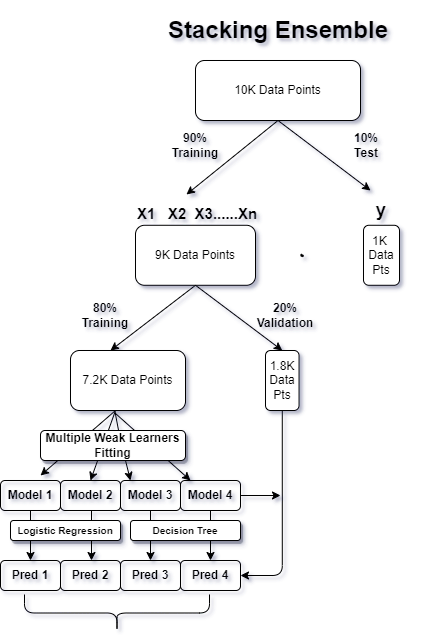
The draw.io diagram Working of Manual Stacking Ensemble.drawio.png in PBPatil/Stacking_ensemble, before a commit. Source tidied: cells renumbered, new cells last; positions are measured from the earlier drawing's top-left corner, leaving out a move shared by most shapes.
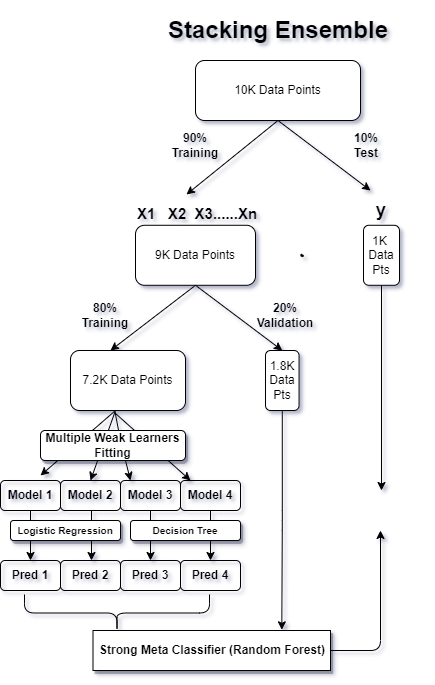
Later version of the same file.

Diff of the diagram source:
```diff
@@ -30,6 +30,11 @@
     <mxCell id="6" value="9K Data Points" style="rounded=1;whiteSpace=wrap;html=1;" parent="1" vertex="1">
       <mxGeometry x="135" y="204.8" width="120" height="60" as="geometry" />
     </mxCell>
+    <mxCell id="41" style="edgeStyle=orthogonalEdgeStyle;rounded=1;jettySize=auto;html=1;exitX=0.5;exitY=1;exitDx=0;exitDy=0;" parent="1" edge="1" source="7">
+      <mxGeometry relative="1" as="geometry">
+        <mxPoint x="381" y="470" as="targetPoint" />
+      </mxGeometry>
+    </mxCell>
     <mxCell id="7" value="1K&amp;nbsp;&lt;br&gt;Data&lt;br&gt;Pts" style="rounded=1;whiteSpace=wrap;html=1;" parent="1" vertex="1">
       <mxGeometry x="363" y="204.8" width="36" height="60" as="geometry" />
     </mxCell>
@@ -65,7 +70,7 @@
     <mxCell id="17" value="7.2K Data Points" style="rounded=1;whiteSpace=wrap;html=1;" parent="1" vertex="1">
       <mxGeometry x="70" y="330" width="115" height="60" as="geometry" />
     </mxCell>
-    <mxCell id="18" style="edgeStyle=orthogonalEdgeStyle;rounded=1;jettySize=auto;html=1;exitX=0.5;exitY=1;exitDx=0;exitDy=0;entryX=1;entryY=0.5;entryDx=0;entryDy=0;" parent="1" edge="1" source="19" target="34">
+    <mxCell id="18" style="edgeStyle=orthogonalEdgeStyle;rounded=1;jettySize=auto;html=1;exitX=0.5;exitY=1;exitDx=0;exitDy=0;entryX=0.795;entryY=-0.017;entryDx=0;entryDy=0;entryPerimeter=0;" parent="1" edge="1" source="19" target="43">
       <mxGeometry relative="1" as="geometry" />
     </mxCell>
     <mxCell id="19" value="1.8K&lt;br&gt;Data&lt;br&gt;Pts" style="rounded=1;whiteSpace=wrap;html=1;" parent="1" vertex="1">
@@ -100,11 +105,6 @@
     <mxCell id="28" style="edgeStyle=orthogonalEdgeStyle;rounded=1;jettySize=auto;html=1;exitX=0.5;exitY=1;exitDx=0;exitDy=0;entryX=0.5;entryY=0;entryDx=0;entryDy=0;" parent="1" edge="1" source="30" target="34">
       <mxGeometry relative="1" as="geometry" />
     </mxCell>
-    <mxCell id="29" style="edgeStyle=orthogonalEdgeStyle;rounded=1;jettySize=auto;html=1;exitX=1;exitY=0.5;exitDx=0;exitDy=0;" parent="1" edge="1" source="30">
-      <mxGeometry relative="1" as="geometry">
-        <mxPoint x="280" y="475" as="targetPoint" />
-      </mxGeometry>
-    </mxCell>
     <mxCell id="30" value="&lt;b&gt;&lt;font style=&quot;font-size: 12px;&quot;&gt;Model 4&lt;br&gt;&lt;/font&gt;&lt;/b&gt;" style="text;strokeColor=default;align=center;fillColor=none;html=1;verticalAlign=middle;whiteSpace=wrap;rounded=1;" parent="1" vertex="1">
       <mxGeometry x="180" y="460" width="60" height="30" as="geometry" />
     </mxCell>
@@ -141,5 +141,13 @@
     <mxCell id="40" style="shape=curlyBracket;whiteSpace=wrap;html=1;rounded=1;labelPosition=left;verticalLabelPosition=middle;align=right;verticalAlign=middle;hachureGap=4;fontFamily=Architects Daughter;fontSource=https%3A%2F%2Ffonts.googleapis.com%2Fcss%3Ffamily%3DArchitects%2BDaughter;fontSize=20;size=0.5;rotation=-90;" parent="1" vertex="1">
       <mxGeometry x="98" y="500" width="37" height="185" as="geometry" />
     </mxCell>
+    <mxCell id="42" style="edgeStyle=orthogonalEdgeStyle;rounded=1;jettySize=auto;html=1;exitX=1;exitY=0.5;exitDx=0;exitDy=0;" parent="1" edge="1" source="43">
+      <mxGeometry relative="1" as="geometry">
+        <mxPoint x="380" y="510" as="targetPoint" />
+      </mxGeometry>
+    </mxCell>
+    <mxCell id="43" value="&lt;b&gt;Strong Meta Classifier (Random Forest)&lt;/b&gt;" style="rounded=0;whiteSpace=wrap;html=1;shadow=1;" parent="1" vertex="1">
+      <mxGeometry x="92.5" y="610" width="237.5" height="40" as="geometry" />
+    </mxCell>
   </root>
 </mxGraphModel>
```
